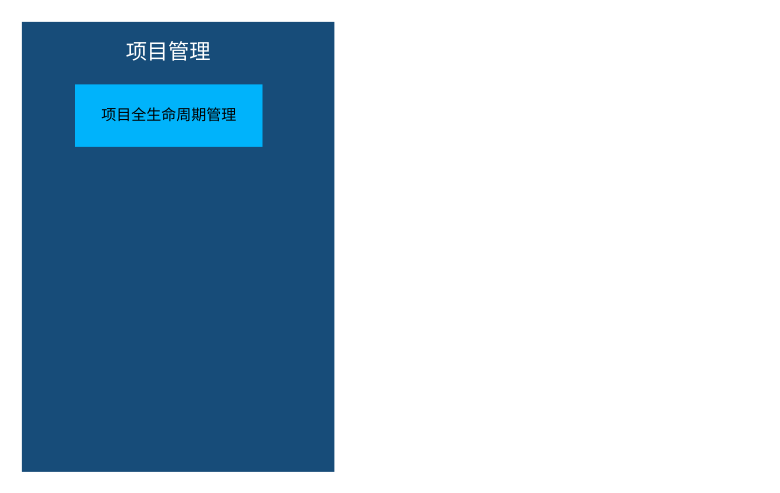
DemonHan/KuickBuy keeps this draw.io diagram as csdb/CSDB 业务架构图.drawio. Above is the earlier version. Source tidied: cells renumbered, new cells numbered last; positions are measured from the earlier drawing's top-left corner, leaving out a move shared by most shapes. Both pictures are drawn from the tidied source at 125%, with x=0, y=0 at pixel (21, 21).
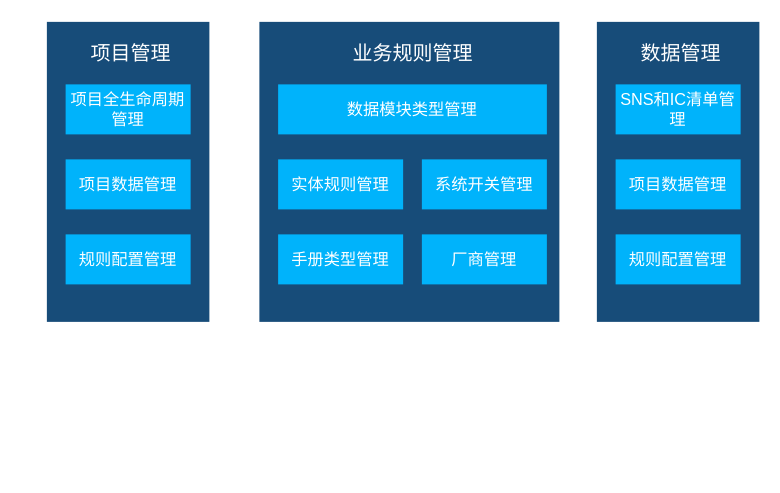
The same page after the edit.

Commit message (it also covers changes not shown here):
更新CSDB 业务架构图.drawio

Change to the diagram source:
```diff
@@
 <mxGraphModel>
   <root>
     <mxCell id="0" />
     <mxCell id="1" parent="0" />
     <mxCell id="2" style="rounded=0;whiteSpace=wrap;html=1;fillColor=light-dark(#174c79, #6894c8);strokeColor=none;" parent="1" vertex="1">
-      <mxGeometry width="250" height="360" as="geometry" />
+      <mxGeometry x="20" width="130" height="240" as="geometry" />
     </mxCell>
-    <mxCell id="3" value="项目全生命周期管理" style="rounded=0;whiteSpace=wrap;html=1;fillColor=light-dark(#00b3fb, #1e4a76);strokeColor=none;" parent="1" vertex="1">
-      <mxGeometry x="42.5" y="50" width="150" height="50" as="geometry" />
+    <mxCell id="3" value="&lt;font style=&quot;color: rgb(255, 255, 255); font-size: 13px;&quot;&gt;项目全生命周期管理&lt;/font&gt;" style="rounded=0;whiteSpace=wrap;html=1;fillColor=light-dark(#00b3fb, #1e4a76);strokeColor=none;" parent="1" vertex="1">
+      <mxGeometry x="35" y="50" width="100" height="40" as="geometry" />
     </mxCell>
-    <mxCell id="4" value="项目管理" style="text;html=1;align=center;verticalAlign=middle;whiteSpace=wrap;rounded=0;fontColor=light-dark(#ffffff, #ededed);fontSize=17;" parent="1" vertex="1">
-      <mxGeometry x="80" y="10" width="75" height="30" as="geometry" />
+    <mxCell id="4" value="项目管理" style="text;html=1;align=center;verticalAlign=middle;whiteSpace=wrap;rounded=0;fontColor=light-dark(#ffffff, #ededed);fontSize=16;" parent="1" vertex="1">
+      <mxGeometry x="50" y="10" width="75" height="30" as="geometry" />
     </mxCell>
+    <mxCell id="5" value="&lt;font color=&quot;#ffffff&quot;&gt;&lt;span style=&quot;font-size: 13px;&quot;&gt;项目数据管理&lt;/span&gt;&lt;/font&gt;" style="rounded=0;whiteSpace=wrap;html=1;fillColor=light-dark(#00b3fb, #1e4a76);strokeColor=none;" parent="1" vertex="1">
+      <mxGeometry x="35" y="110" width="100" height="40" as="geometry" />
+    </mxCell>
+    <mxCell id="6" value="&lt;font color=&quot;#ffffff&quot;&gt;&lt;span style=&quot;font-size: 13px;&quot;&gt;规则配置管理&lt;/span&gt;&lt;/font&gt;" style="rounded=0;whiteSpace=wrap;html=1;fillColor=light-dark(#00b3fb, #1e4a76);strokeColor=none;" parent="1" vertex="1">
+      <mxGeometry x="35" y="170" width="100" height="40" as="geometry" />
+    </mxCell>
+    <mxCell id="7" style="rounded=0;whiteSpace=wrap;html=1;fillColor=light-dark(#174c79, #6894c8);strokeColor=none;" parent="1" vertex="1">
+      <mxGeometry x="190" width="240" height="240" as="geometry" />
+    </mxCell>
+    <mxCell id="8" value="&lt;font color=&quot;#ffffff&quot;&gt;&lt;span style=&quot;font-size: 13px;&quot;&gt;数据模块类型管理&lt;/span&gt;&lt;/font&gt;" style="rounded=0;whiteSpace=wrap;html=1;fillColor=light-dark(#00b3fb, #1e4a76);strokeColor=none;" parent="1" vertex="1">
+      <mxGeometry x="205" y="50" width="215" height="40" as="geometry" />
+    </mxCell>
+    <mxCell id="9" value="业务规则管理" style="text;html=1;align=center;verticalAlign=middle;whiteSpace=wrap;rounded=0;fontColor=light-dark(#ffffff, #ededed);fontSize=16;" parent="1" vertex="1">
+      <mxGeometry x="252.5" y="10" width="120" height="30" as="geometry" />
+    </mxCell>
+    <mxCell id="10" value="&lt;font color=&quot;#ffffff&quot;&gt;&lt;span style=&quot;font-size: 13px;&quot;&gt;实体规则管理&lt;/span&gt;&lt;/font&gt;" style="rounded=0;whiteSpace=wrap;html=1;fillColor=light-dark(#00b3fb, #1e4a76);strokeColor=none;" parent="1" vertex="1">
+      <mxGeometry x="205" y="110" width="100" height="40" as="geometry" />
+    </mxCell>
+    <mxCell id="11" value="&lt;font color=&quot;#ffffff&quot;&gt;&lt;span style=&quot;font-size: 13px;&quot;&gt;手册类型管理&lt;/span&gt;&lt;/font&gt;" style="rounded=0;whiteSpace=wrap;html=1;fillColor=light-dark(#00b3fb, #1e4a76);strokeColor=none;" parent="1" vertex="1">
+      <mxGeometry x="205" y="170" width="100" height="40" as="geometry" />
+    </mxCell>
+    <mxCell id="12" value="&lt;font color=&quot;#ffffff&quot;&gt;&lt;span style=&quot;font-size: 13px;&quot;&gt;系统开关管理&lt;/span&gt;&lt;/font&gt;" style="rounded=0;whiteSpace=wrap;html=1;fillColor=light-dark(#00b3fb, #1e4a76);strokeColor=none;" parent="1" vertex="1">
+      <mxGeometry x="320" y="110" width="100" height="40" as="geometry" />
+    </mxCell>
+    <mxCell id="13" value="&lt;font color=&quot;#ffffff&quot;&gt;&lt;span style=&quot;font-size: 13px;&quot;&gt;厂商管理&lt;/span&gt;&lt;/font&gt;" style="rounded=0;whiteSpace=wrap;html=1;fillColor=light-dark(#00b3fb, #1e4a76);strokeColor=none;" parent="1" vertex="1">
+      <mxGeometry x="320" y="170" width="100" height="40" as="geometry" />
+    </mxCell>
+    <mxCell id="14" style="rounded=0;whiteSpace=wrap;html=1;fillColor=light-dark(#174c79, #6894c8);strokeColor=none;" parent="1" vertex="1">
+      <mxGeometry x="460" width="130" height="240" as="geometry" />
+    </mxCell>
+    <mxCell id="15" value="&lt;font color=&quot;#ffffff&quot;&gt;&lt;span style=&quot;font-size: 13px;&quot;&gt;SNS和IC清单管理&lt;/span&gt;&lt;/font&gt;" style="rounded=0;whiteSpace=wrap;html=1;fillColor=light-dark(#00b3fb, #1e4a76);strokeColor=none;" parent="1" vertex="1">
+      <mxGeometry x="475" y="50" width="100" height="40" as="geometry" />
+    </mxCell>
+    <mxCell id="16" value="数据管理" style="text;html=1;align=center;verticalAlign=middle;whiteSpace=wrap;rounded=0;fontColor=light-dark(#ffffff, #ededed);fontSize=16;" parent="1" vertex="1">
+      <mxGeometry x="490" y="10" width="75" height="30" as="geometry" />
+    </mxCell>
+    <mxCell id="17" value="&lt;font color=&quot;#ffffff&quot;&gt;&lt;span style=&quot;font-size: 13px;&quot;&gt;项目数据管理&lt;/span&gt;&lt;/font&gt;" style="rounded=0;whiteSpace=wrap;html=1;fillColor=light-dark(#00b3fb, #1e4a76);strokeColor=none;" parent="1" vertex="1">
+      <mxGeometry x="475" y="110" width="100" height="40" as="geometry" />
+    </mxCell>
+    <mxCell id="18" value="&lt;font color=&quot;#ffffff&quot;&gt;&lt;span style=&quot;font-size: 13px;&quot;&gt;规则配置管理&lt;/span&gt;&lt;/font&gt;" style="rounded=0;whiteSpace=wrap;html=1;fillColor=light-dark(#00b3fb, #1e4a76);strokeColor=none;" parent="1" vertex="1">
+      <mxGeometry x="475" y="170" width="100" height="40" as="geometry" />
+    </mxCell>
   </root>
 </mxGraphModel>
```
